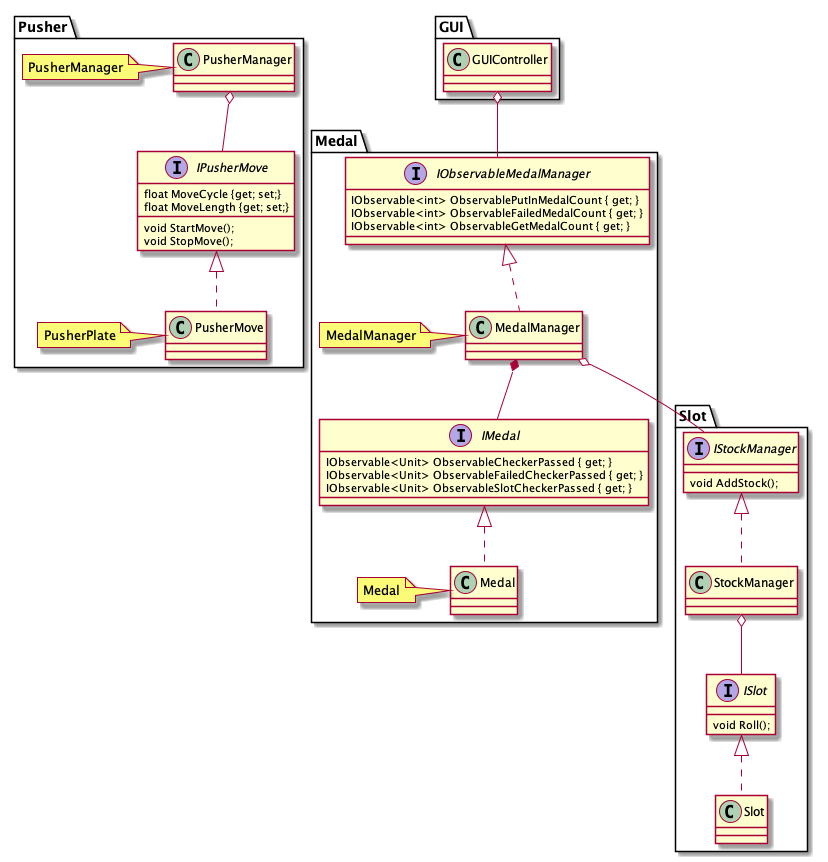
Earlier version of the PlantUML export Documents/ClassDiaglam/MedalPusherGameClassDiaglam.png (yutorisan/CoinPusherGame).
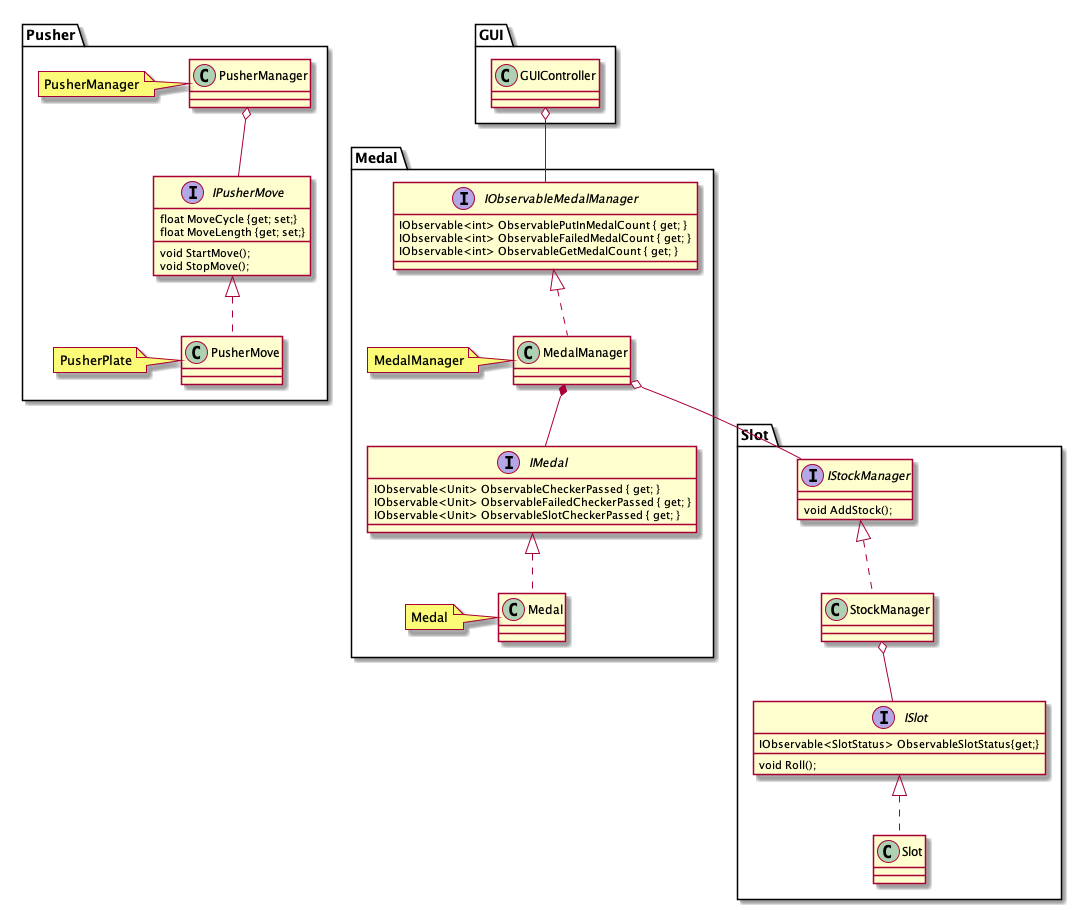
After the change.

The edit, as a diff of the source:
```diff
@@ -50,6 +50,7 @@
 
     interface ISlot{
         void Roll();
+        IObservable<SlotStatus> ObservableSlotStatus{get;}
     }
     class Slot
 
```
